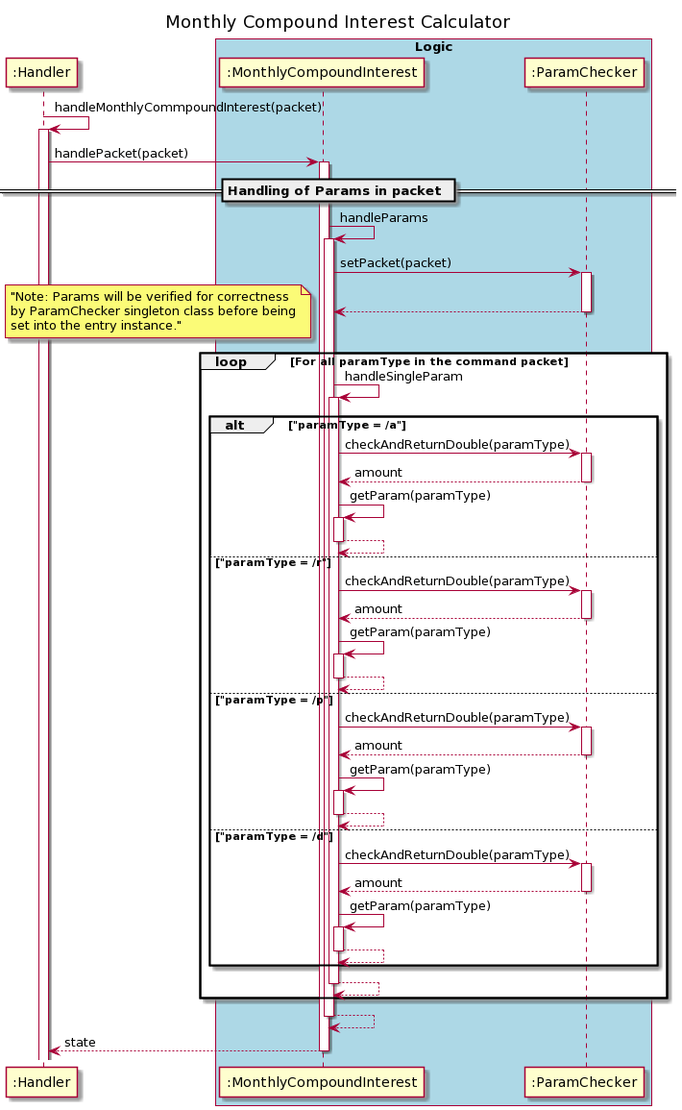
Above: docs/uml_images/financetools/YearlyMonthlyCompoundInterest/MonthlyCompoundInterestSequenceDiagram(1).png in nus-cs2113-AY2021S1/tp (PlantUML), before the change.
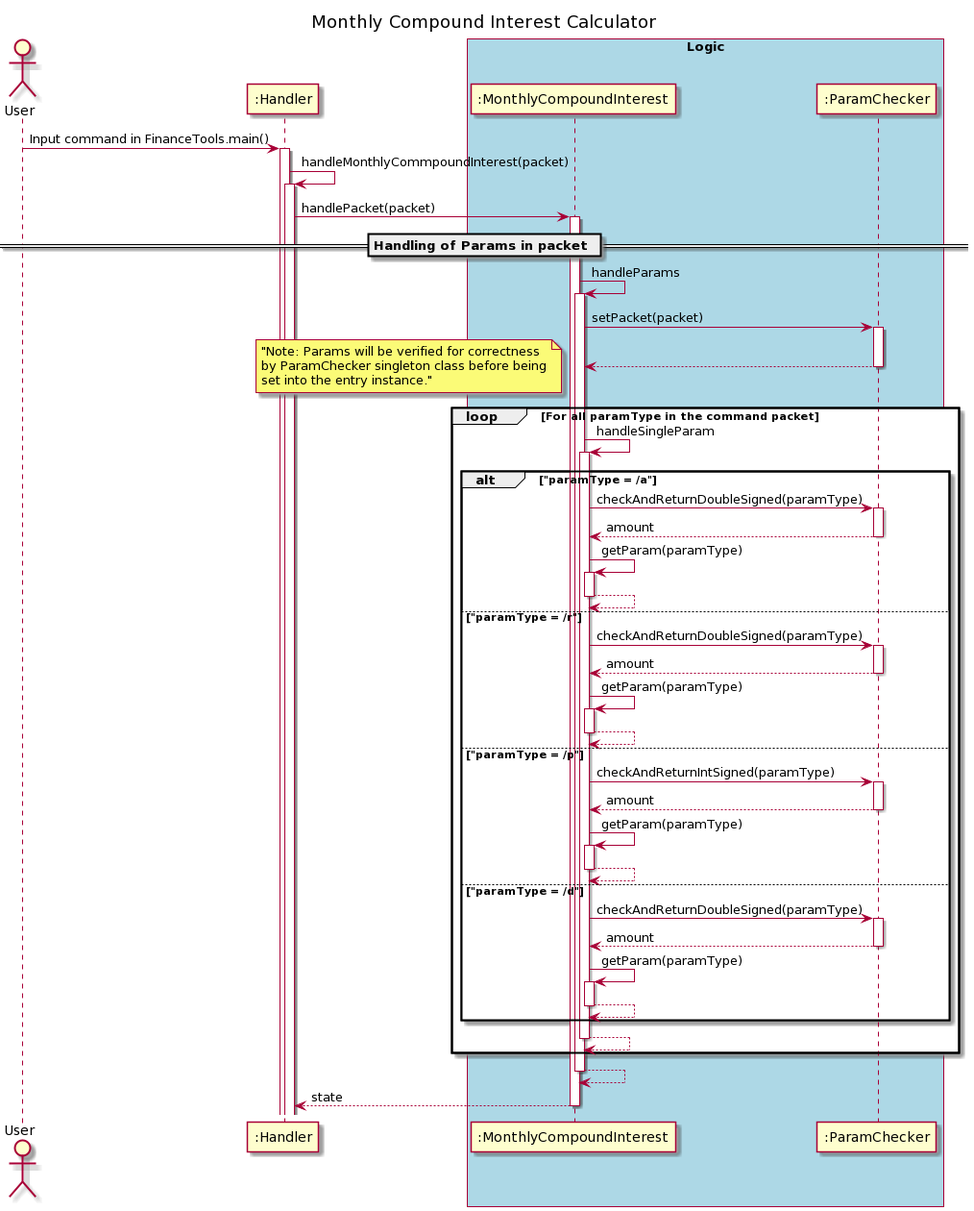
After the change.

Diff of the diagram source:
```diff
@@ -1,8 +1,10 @@
 @startuml
 title Monthly Compound Interest Calculator
 autoactivate on
+actor User
 
-":Handler" ->":Handler": handleMonthlyCommpoundInterest(packet)
+"User" ->  ":Handler": Input command in FinanceTools.main()
+":Handler" -> ":Handler": handleMonthlyCommpoundInterest(packet)
 
    ":Handler"-> ":MonthlyCompoundInterest" : handlePacket(packet)
 
@@ -14,22 +16,22 @@
                 note left: "Note: Params will be verified for correctness\nby ParamChecker singleton class before being\nset into the entry instance."
                 ":MonthlyCompoundInterest" -> ":MonthlyCompoundInterest" : handleSingleParam
                     alt "paramType = /a"
-                        ":MonthlyCompoundInterest" ->":ParamChecker": checkAndReturnDouble(paramType)
+                        ":MonthlyCompoundInterest" ->":ParamChecker": checkAndReturnDoubleSigned(paramType)
                         return amount
                         ":MonthlyCompoundInterest" -> ":MonthlyCompoundInterest" : getParam(paramType)
                         return
                     else "paramType = /r"
-                        ":MonthlyCompoundInterest" ->":ParamChecker": checkAndReturnDouble(paramType)
+                        ":MonthlyCompoundInterest" ->":ParamChecker": checkAndReturnDoubleSigned(paramType)
                         return amount
                         ":MonthlyCompoundInterest" -> ":MonthlyCompoundInterest" : getParam(paramType)
                         return
                     else "paramType = /p"
-                        ":MonthlyCompoundInterest" ->":ParamChecker": checkAndReturnDouble(paramType)
+                        ":MonthlyCompoundInterest" ->":ParamChecker": checkAndReturnIntSigned(paramType)
                         return amount
                         ":MonthlyCompoundInterest" -> ":MonthlyCompoundInterest" : getParam(paramType)
                         return
                     else "paramType = /d"
-                        ":MonthlyCompoundInterest" ->":ParamChecker": checkAndReturnDouble(paramType)
+                        ":MonthlyCompoundInterest" ->":ParamChecker": checkAndReturnDoubleSigned(paramType)
                         return amount
                         ":MonthlyCompoundInterest" -> ":MonthlyCompoundInterest" : getParam(paramType)
                         return
@@ -40,6 +42,8 @@
 
 return state
 
+deactivate User
+
 
 box "Logic" #LightBlue
 participant ":MonthlyCompoundInterest"
```
